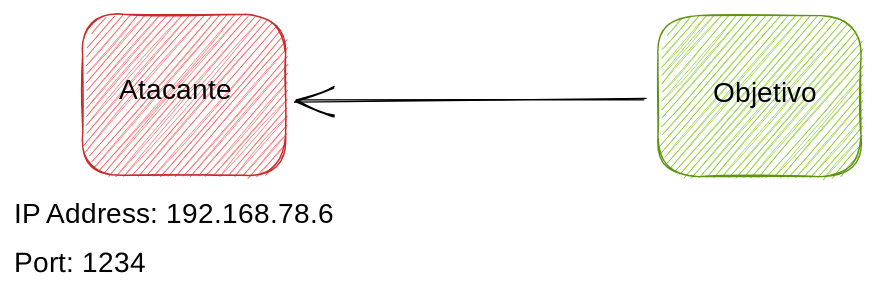
Before: .gitbook/assets/file.excalidraw (3).svg, a diagram exported from Excalidraw (4c65a/Great-Hacker-GitBook). Source tidied: one line per element, renumbered; positions are measured from the earlier drawing's top-left corner, leaving out a move shared by most shapes.
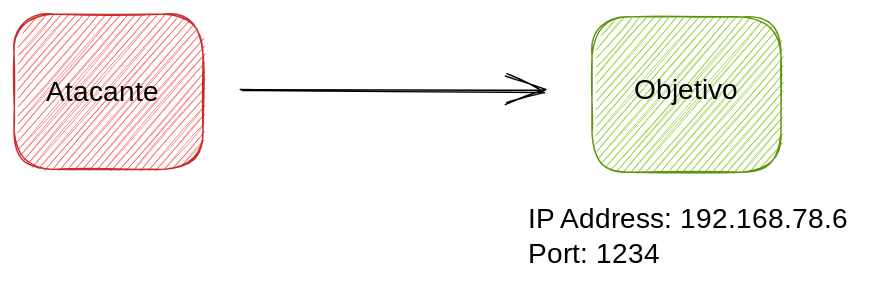
Later version of the same file.

What changed in the source:
```diff
@@ -1,7 +1,6 @@
-{"id": 0, "type": "rectangle", "strokeColor": "#c92a2a", "backgroundColor": "#fa5252", "fillStyle": "hachure", "strokeWidth": 1, "roughness": 1, "round": true, "x": 49, "y": 0, "width": 145, "height": 115}
-{"id": 1, "type": "rectangle", "strokeColor": "#5c940d", "backgroundColor": "#82c91e", "fillStyle": "hachure", "strokeWidth": 1, "roughness": 1, "round": true, "x": 460, "y": 1, "width": 145, "height": 115}
-{"id": 2, "type": "arrow", "strokeColor": "#000000", "strokeWidth": 1, "roughness": 1, "endArrowhead": "arrow", "round": true, "from": 1, "to": 0, "x": 451, "y": 61, "width": 249, "height": 0, "points": [[0, 0], [-249, 0]]}
+{"id": 7, "type": "rectangle", "strokeColor": "#c92a2a", "backgroundColor": "#fa5252", "fillStyle": "hachure", "strokeWidth": 1, "roughness": 1, "round": true, "x": 33, "y": 10, "width": 135, "height": 111}
+{"id": 8, "type": "rectangle", "strokeColor": "#5c940d", "backgroundColor": "#82c91e", "fillStyle": "hachure", "strokeWidth": 1, "roughness": 1, "round": true, "x": 446, "y": 12, "width": 135, "height": 111}
+{"id": 9, "type": "arrow", "strokeColor": "#000000", "strokeWidth": 1, "roughness": 1, "endArrowhead": "arrow", "round": true, "x": 196, "y": 64, "width": 215, "height": 1, "points": [[0, 0], [215, 1]]}
-{"id": 3, "type": "text", "text": "Objetivo", "strokeColor": "#000000", "strokeWidth": 1, "roughness": 1, "fontSize": 20, "fontFamily": 1, "x": 499, "y": 45, "width": 79, "height": 25}
+{"id": 3, "type": "text", "text": "Objetivo", "strokeColor": "#000000", "strokeWidth": 1, "roughness": 1, "fontSize": 20, "fontFamily": 1, "x": 476, "y": 53, "width": 79, "height": 25}
-{"id": 4, "type": "text", "text": "Atacante", "strokeColor": "#000000", "strokeWidth": 1, "roughness": 1, "fontSize": 20, "fontFamily": 1, "x": 75, "y": 43, "width": 93, "height": 25}
+{"id": 4, "type": "text", "text": "Atacante", "strokeColor": "#000000", "strokeWidth": 1, "roughness": 1, "fontSize": 20, "fontFamily": 1, "x": 56, "y": 54, "width": 93, "height": 25}
-{"id": 5, "type": "text", "text": "IP Address: 192.168.78.6", "strokeColor": "#000000", "strokeWidth": 1, "roughness": 1, "fontSize": 20, "fontFamily": 1, "x": 0, "y": 131, "width": 247, "height": 25}
-{"id": 6, "type": "text", "text": "Port: 1234", "strokeColor": "#000000", "angle": 0.0, "strokeWidth": 1, "roughness": 1, "fontSize": 20, "fontFamily": 1, "x": 0, "y": 166, "width": 105, "height": 25}
+{"id": 10, "type": "text", "text": "IP Address: 192.168.78.6\nPort: 1234", "strokeColor": "#000000", "strokeWidth": 1, "roughness": 1, "fontSize": 20, "fontFamily": 1, "x": 400, "y": 145, "width": 247, "height": 50}
```
